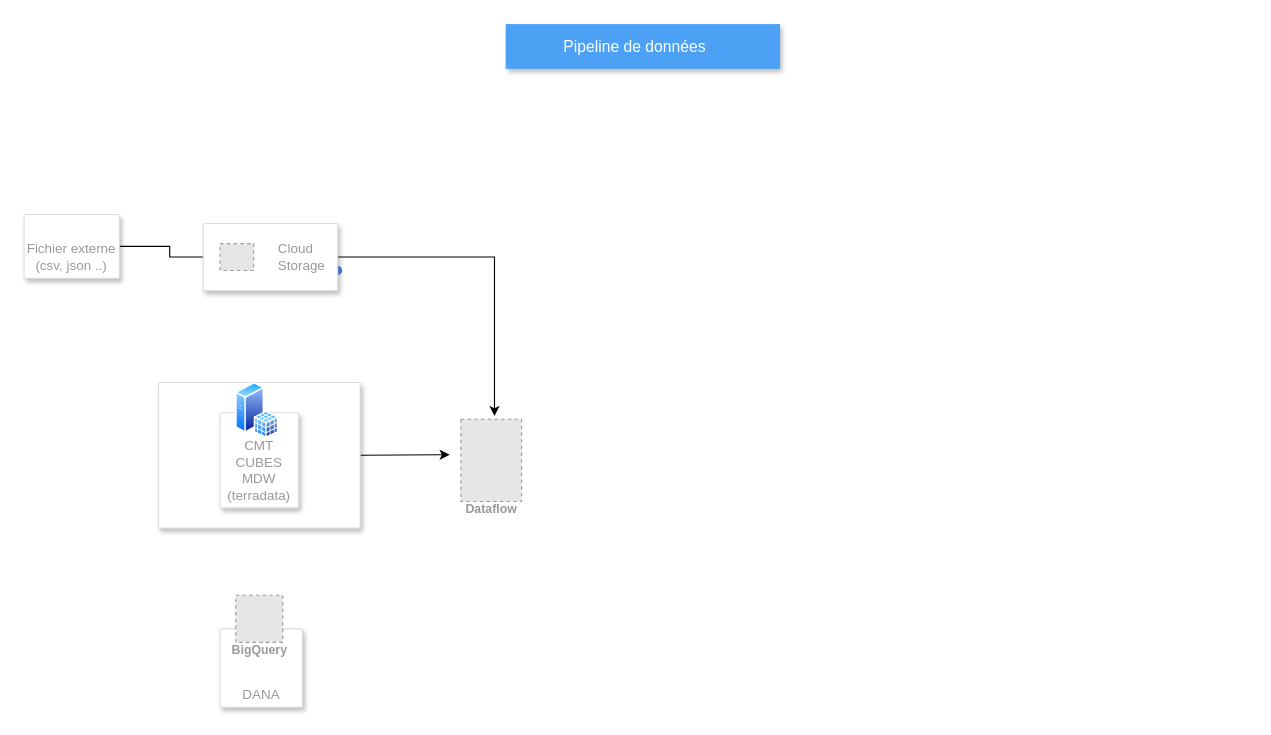
This is Diagramme sans nom.drawio from nboumlaik/Code2.0, a draw.io file, before an edit. Source tidied: cells renumbered, new cells numbered last; positions are measured from the earlier drawing's top-left corner, leaving out a move shared by most shapes. Both pictures are drawn from the tidied source at 112%, with x=0, y=0 at pixel (24, 24). Pictures stored in the file or linked from it are replaced by grey dashed boxes.
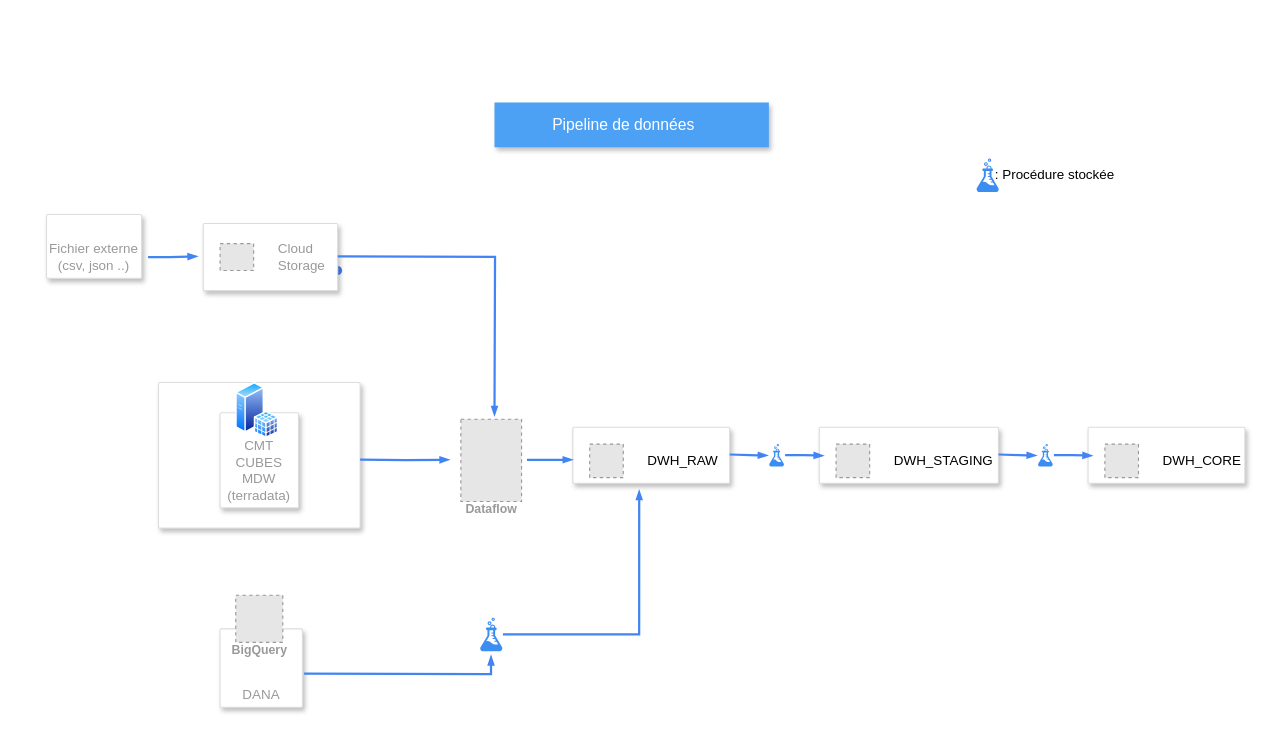
The same diagram, later.

Commit message (it also covers changes not shown here):
Mettre à jour Diagramme sans nom.drawio

Unchanged cells that the change refers to:
```xml
<mxCell id="7" style="strokeColor=#dddddd;shadow=1;strokeWidth=1;rounded=1;absoluteArcSize=1;arcSize=2;" parent="1" vertex="1">
  <mxGeometry x="160" y="178" width="120" height="60" as="geometry" />
</mxCell>
<mxCell id="8" value="Cloud&#10;Storage" style="fillColor=#E6E6E6;strokeColor=#999999;dashed=1;html=1;fontColor=#999999;verticalLabelPosition=middle;labelBackgroundColor=#ffffff;verticalAlign=middle;labelPosition=right;align=left;spacingLeft=20;" parent="7" vertex="1">
  <mxGeometry width="30" height="24" relative="1" as="geometry">
    <mxPoint x="15" y="18" as="offset" />
  </mxGeometry>
</mxCell>
<mxCell id="13" style="strokeColor=#dddddd;shadow=1;strokeWidth=1;rounded=1;absoluteArcSize=1;arcSize=2;" parent="1" vertex="1">
  <mxGeometry x="120" y="320" width="180" height="130" as="geometry" />
</mxCell>
```

The edit, as a diff of the source:
```diff
@@
     <mxCell id="2" value="Pipeline de données" style="fillColor=#4DA1F5;strokeColor=none;shadow=1;gradientColor=none;fontSize=14;align=left;spacingLeft=50;fontColor=#ffffff;html=1;" parent="1" vertex="1">
-      <mxGeometry x="430" width="245" height="40" as="geometry" />
+      <mxGeometry x="420" y="70" width="245" height="40" as="geometry" />
     </mxCell>
@@
-    <mxCell id="4" style="edgeStyle=orthogonalEdgeStyle;rounded=0;jettySize=auto;html=1;" parent="1" edge="1" source="5" target="8">
-      <mxGeometry relative="1" as="geometry" />
-    </mxCell>
     <mxCell id="5" value="Fichier externe (csv, json ..)" style="strokeColor=#dddddd;fillColor=#ffffff;shadow=1;strokeWidth=1;rounded=1;absoluteArcSize=1;arcSize=2;labelPosition=center;verticalLabelPosition=middle;align=center;verticalAlign=bottom;spacingLeft=0;fontColor=#999999;fontSize=12;whiteSpace=wrap;spacingBottom=2;html=1;" parent="1" vertex="1">
-      <mxGeometry y="170" width="85" height="57" as="geometry" />
+      <mxGeometry x="20" y="170" width="85" height="57" as="geometry" />
     </mxCell>
-    <mxCell id="6" style="edgeStyle=orthogonalEdgeStyle;rounded=0;jettySize=auto;html=1;" parent="1" edge="1" source="7">
-      <mxGeometry relative="1" as="geometry">
-        <mxPoint x="420" y="350" as="targetPoint" />
-        <Array as="points">
-          <mxPoint x="420" y="208" />
-          <mxPoint x="420" y="330" />
-        </Array>
-      </mxGeometry>
-    </mxCell>
@@
-    <mxCell id="12" style="edgeStyle=orthogonalEdgeStyle;rounded=0;jettySize=auto;html=1;exitX=1;exitY=0.5;exitDx=0;exitDy=0;" parent="1" edge="1" source="13">
-      <mxGeometry relative="1" as="geometry">
-        <mxPoint x="380" y="384.5" as="targetPoint" />
-      </mxGeometry>
-    </mxCell>
@@
+    <mxCell id="16" style="edgeStyle=orthogonalEdgeStyle;fontSize=12;html=1;endArrow=blockThin;endFill=1;rounded=0;strokeWidth=2;endSize=4;startSize=4;dashed=0;strokeColor=#4284F3;" parent="1" edge="1">
+      <mxGeometry relative="1" as="geometry">
+        <mxPoint x="280" y="207.4" as="sourcePoint" />
+        <mxPoint x="420" y="350" as="targetPoint" />
+      </mxGeometry>
+    </mxCell>
+    <mxCell id="17" style="edgeStyle=orthogonalEdgeStyle;fontSize=12;html=1;endArrow=blockThin;endFill=1;rounded=0;strokeWidth=2;endSize=4;startSize=4;dashed=0;strokeColor=#4284F3;" parent="1" edge="1">
+      <mxGeometry relative="1" as="geometry">
+        <mxPoint x="300" y="388.9" as="sourcePoint" />
+        <mxPoint x="380" y="389" as="targetPoint" />
+      </mxGeometry>
+    </mxCell>
+    <mxCell id="18" style="edgeStyle=orthogonalEdgeStyle;fontSize=12;html=1;endArrow=blockThin;endFill=1;rounded=0;strokeWidth=2;endSize=4;startSize=4;dashed=0;strokeColor=#4284F3;exitX=1.067;exitY=0.669;exitDx=0;exitDy=0;exitPerimeter=0;" parent="1" edge="1" source="5">
+      <mxGeometry relative="1" as="geometry">
+        <mxPoint x="155" y="207.4" as="targetPoint" />
+      </mxGeometry>
+    </mxCell>
+    <mxCell id="19" style="strokeColor=#dddddd;shadow=1;strokeWidth=1;rounded=1;absoluteArcSize=1;arcSize=2;" parent="1" vertex="1">
+      <mxGeometry x="490" y="360" width="140" height="50" as="geometry" />
+    </mxCell>
+    <mxCell id="20" value="&lt;font color=&quot;#000000&quot;&gt;DWH_RAW&lt;/font&gt;" style="fillColor=#E6E6E6;strokeColor=#999999;dashed=1;html=1;fontColor=#999999;verticalLabelPosition=middle;labelBackgroundColor=#ffffff;verticalAlign=middle;labelPosition=right;align=left;spacingLeft=20;" parent="19" vertex="1">
+      <mxGeometry width="30" height="30" relative="1" as="geometry">
+        <mxPoint x="15" y="15" as="offset" />
+      </mxGeometry>
+    </mxCell>
+    <mxCell id="21" style="strokeColor=#dddddd;shadow=1;strokeWidth=1;rounded=1;absoluteArcSize=1;arcSize=2;" parent="1" vertex="1">
+      <mxGeometry x="710" y="360" width="160" height="50" as="geometry" />
+    </mxCell>
+    <mxCell id="22" value="&lt;font color=&quot;#000000&quot;&gt;DWH_STAGING&lt;/font&gt;" style="fillColor=#E6E6E6;strokeColor=#999999;dashed=1;html=1;fontColor=#999999;verticalLabelPosition=middle;labelBackgroundColor=#ffffff;verticalAlign=middle;labelPosition=right;align=left;spacingLeft=20;" parent="21" vertex="1">
+      <mxGeometry width="30" height="30" relative="1" as="geometry">
+        <mxPoint x="15" y="15" as="offset" />
+      </mxGeometry>
+    </mxCell>
+    <mxCell id="23" style="strokeColor=#dddddd;shadow=1;strokeWidth=1;rounded=1;absoluteArcSize=1;arcSize=2;" parent="1" vertex="1">
+      <mxGeometry x="950" y="360" width="140" height="50" as="geometry" />
+    </mxCell>
+    <mxCell id="24" value="&lt;font color=&quot;#000000&quot;&gt;DWH_CORE&lt;/font&gt;" style="fillColor=#E6E6E6;strokeColor=#999999;dashed=1;html=1;fontColor=#999999;verticalLabelPosition=middle;labelBackgroundColor=#ffffff;verticalAlign=middle;labelPosition=right;align=left;spacingLeft=20;" parent="23" vertex="1">
+      <mxGeometry width="30" height="30" relative="1" as="geometry">
+        <mxPoint x="15" y="15" as="offset" />
+      </mxGeometry>
+    </mxCell>
+    <mxCell id="25" style="edgeStyle=orthogonalEdgeStyle;fontSize=12;html=1;endArrow=blockThin;endFill=1;rounded=0;strokeWidth=2;endSize=4;startSize=4;dashed=0;strokeColor=#4284F3;" parent="1" edge="1">
+      <mxGeometry relative="1" as="geometry">
+        <mxPoint x="450" y="390" as="sourcePoint" />
+        <mxPoint x="490" y="389" as="targetPoint" />
+        <Array as="points">
+          <mxPoint x="474.2" y="389" />
+          <mxPoint x="474.2" y="389" />
+        </Array>
+      </mxGeometry>
+    </mxCell>
+    <mxCell id="26" style="edgeStyle=orthogonalEdgeStyle;fontSize=12;html=1;endArrow=blockThin;endFill=1;rounded=0;strokeWidth=2;endSize=4;startSize=4;dashed=0;strokeColor=#4284F3;entryX=-0.06;entryY=0.51;entryDx=0;entryDy=0;exitX=1.049;exitY=0.493;exitDx=0;exitDy=0;exitPerimeter=0;entryPerimeter=0;" parent="1" edge="1" source="28">
+      <mxGeometry relative="1" as="geometry">
+        <mxPoint x="714" y="385.3" as="targetPoint" />
+      </mxGeometry>
+    </mxCell>
+    <mxCell id="27" style="edgeStyle=orthogonalEdgeStyle;fontSize=12;html=1;endArrow=blockThin;endFill=1;rounded=0;strokeWidth=2;endSize=4;startSize=4;dashed=0;strokeColor=#4284F3;entryX=-0.06;entryY=0.51;entryDx=0;entryDy=0;exitX=1.049;exitY=0.493;exitDx=0;exitDy=0;exitPerimeter=0;entryPerimeter=0;" parent="1" edge="1" target="28">
+      <mxGeometry relative="1" as="geometry">
+        <mxPoint x="630" y="384.3" as="sourcePoint" />
+      </mxGeometry>
+    </mxCell>
+    <mxCell id="28" style="sketch=0;html=1;strokeColor=none;shadow=0;fillColor=#3B8DF1;verticalAlign=top;labelPosition=center;verticalLabelPosition=bottom;shape=mxgraph.gcp2.biomedical_beaker;" parent="1" vertex="1">
+      <mxGeometry x="665" y="375" width="13.8" height="20" as="geometry" />
+    </mxCell>
+    <mxCell id="29" style="edgeStyle=orthogonalEdgeStyle;fontSize=12;html=1;endArrow=blockThin;endFill=1;rounded=0;strokeWidth=2;endSize=4;startSize=4;dashed=0;strokeColor=#4284F3;entryX=-0.06;entryY=0.51;entryDx=0;entryDy=0;exitX=1.049;exitY=0.493;exitDx=0;exitDy=0;exitPerimeter=0;entryPerimeter=0;" parent="1" edge="1" source="31">
+      <mxGeometry relative="1" as="geometry">
+        <mxPoint x="954" y="385.3" as="targetPoint" />
+      </mxGeometry>
+    </mxCell>
+    <mxCell id="30" style="edgeStyle=orthogonalEdgeStyle;fontSize=12;html=1;endArrow=blockThin;endFill=1;rounded=0;strokeWidth=2;endSize=4;startSize=4;dashed=0;strokeColor=#4284F3;entryX=-0.06;entryY=0.51;entryDx=0;entryDy=0;exitX=1.049;exitY=0.493;exitDx=0;exitDy=0;exitPerimeter=0;entryPerimeter=0;" parent="1" edge="1" target="31">
+      <mxGeometry relative="1" as="geometry">
+        <mxPoint x="870" y="384.3" as="sourcePoint" />
+      </mxGeometry>
+    </mxCell>
+    <mxCell id="31" style="sketch=0;html=1;strokeColor=none;shadow=0;fillColor=#3B8DF1;verticalAlign=top;labelPosition=center;verticalLabelPosition=bottom;shape=mxgraph.gcp2.biomedical_beaker;" parent="1" vertex="1">
+      <mxGeometry x="905" y="375" width="13.8" height="20" as="geometry" />
+    </mxCell>
+    <mxCell id="32" style="edgeStyle=orthogonalEdgeStyle;fontSize=12;html=1;endArrow=blockThin;endFill=1;rounded=0;strokeWidth=2;endSize=4;startSize=4;dashed=0;strokeColor=#4284F3;entryX=0.423;entryY=1.12;entryDx=0;entryDy=0;entryPerimeter=0;" parent="1" edge="1" source="35" target="19">
+      <mxGeometry relative="1" as="geometry" />
+    </mxCell>
+    <mxCell id="33" style="sketch=0;html=1;strokeColor=none;shadow=0;fillColor=#3B8DF1;verticalAlign=top;labelPosition=center;verticalLabelPosition=bottom;shape=mxgraph.gcp2.biomedical_beaker;" parent="1" vertex="1">
+      <mxGeometry x="850" y="120" width="20.7" height="30" as="geometry" />
+    </mxCell>
+    <mxCell id="34" style="edgeStyle=orthogonalEdgeStyle;fontSize=12;html=1;endArrow=blockThin;endFill=1;rounded=0;strokeWidth=2;endSize=4;startSize=4;dashed=0;strokeColor=#4284F3;entryX=0.489;entryY=1.12;entryDx=0;entryDy=0;entryPerimeter=0;" parent="1" edge="1" target="35">
+      <mxGeometry relative="1" as="geometry">
+        <mxPoint x="250" y="580" as="sourcePoint" />
+      </mxGeometry>
+    </mxCell>
+    <mxCell id="35" style="sketch=0;html=1;strokeColor=none;shadow=0;fillColor=#3B8DF1;verticalAlign=top;labelPosition=center;verticalLabelPosition=bottom;shape=mxgraph.gcp2.biomedical_beaker;" parent="1" vertex="1">
+      <mxGeometry x="406.8" y="530" width="20.7" height="30" as="geometry" />
+    </mxCell>
+    <mxCell id="36" value=": Procédure stockée" style="text;html=1;align=center;verticalAlign=middle;strokeColor=none;fillColor=none;" parent="1" vertex="1">
+      <mxGeometry x="854.5" y="120" width="130" height="30" as="geometry" />
+    </mxCell>
```
